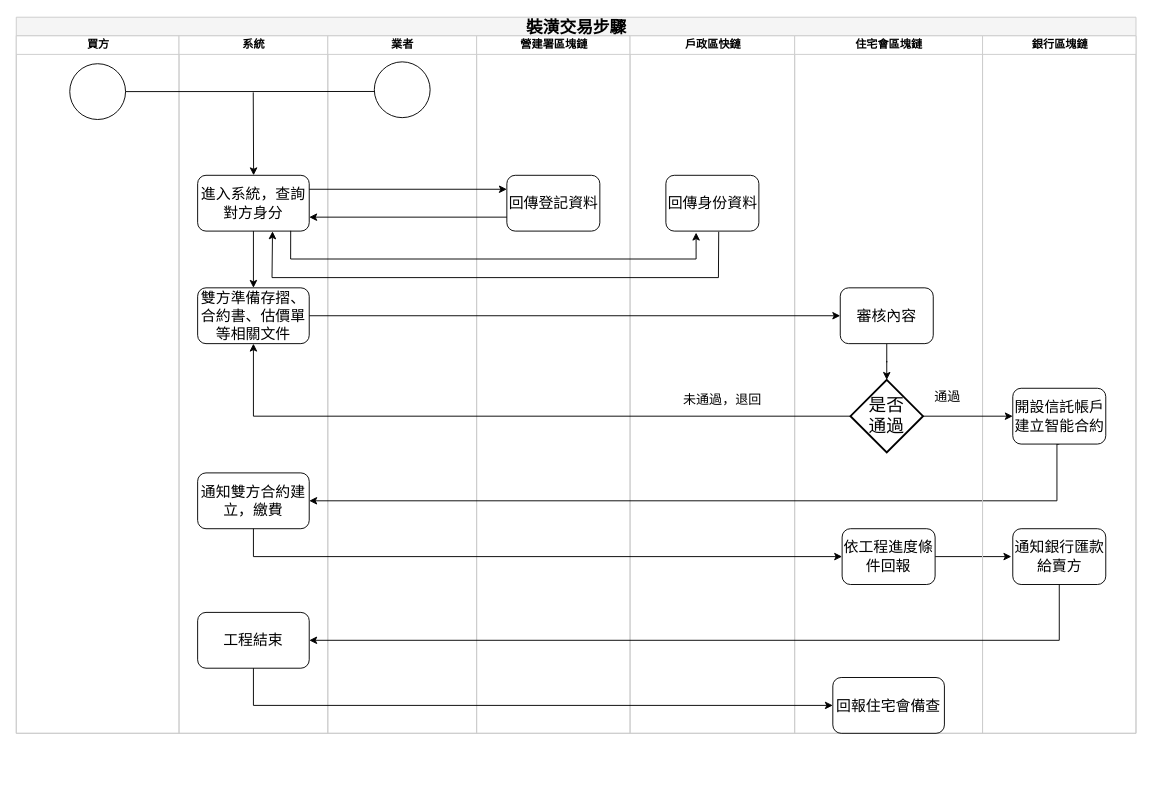
Above: images/未命名绘图.drawio in woodyyu111/Introducemyself (draw.io), before the change. Source tidied: cells renumbered, new cells numbered last; positions are measured from the earlier drawing's top-left corner, leaving out a move shared by most shapes. Both pictures are drawn from the tidied source at 93%, with x=0, y=0 at pixel (16, 17).
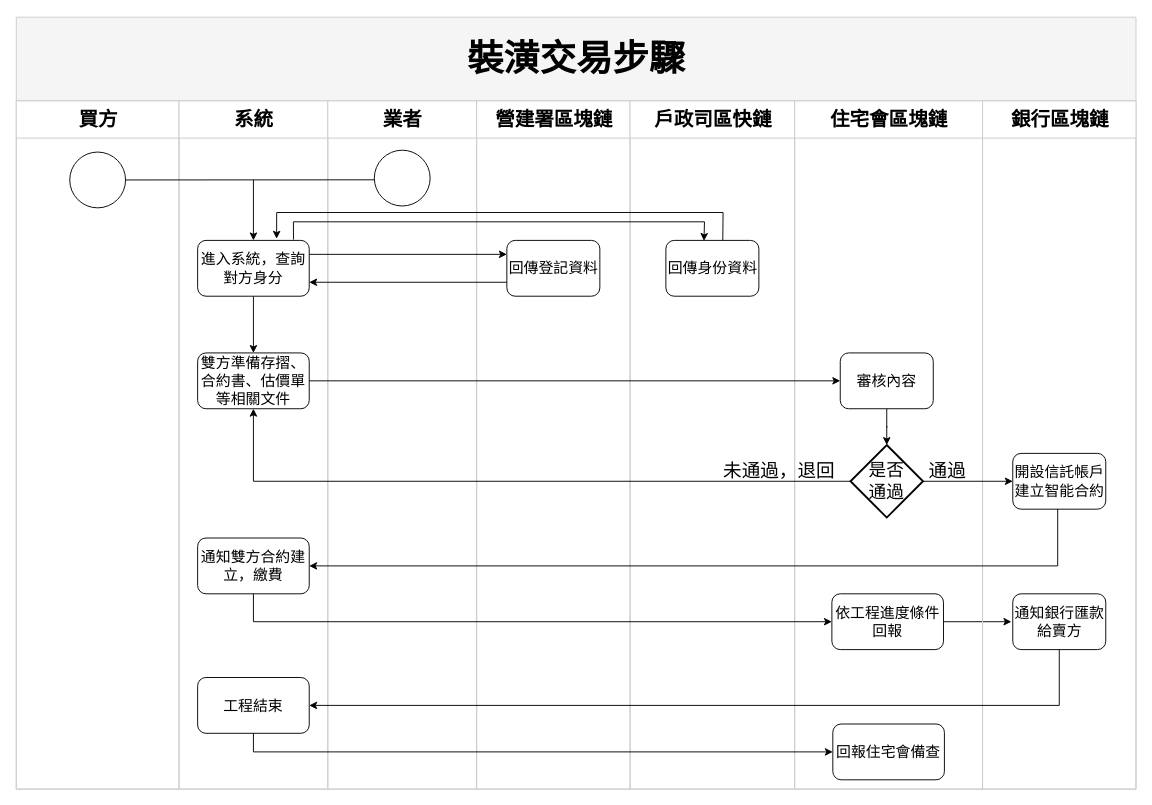
After the change.

Commit message:
更新未命名绘图.drawio

Unchanged cells that the change refers to:
```xml
<mxCell id="8" value="&lt;font style=&quot;font-size: 16px;&quot;&gt;進入系統，查詢對方身分&lt;/font&gt;" style="rounded=1;whiteSpace=wrap;html=1;shadow=0;labelBackgroundColor=none;strokeWidth=1;fontFamily=Verdana;fontSize=8;align=center;" parent="5" vertex="1">
  <mxGeometry x="20" y="150" width="120" height="60" as="geometry" />
</mxCell>
<mxCell id="10" value="&lt;span style=&quot;font-size: 16px;&quot;&gt;通知雙方合約建立，繳費&lt;br&gt;&lt;/span&gt;" style="rounded=1;whiteSpace=wrap;html=1;shadow=0;labelBackgroundColor=none;strokeWidth=1;fontFamily=Verdana;fontSize=8;align=center;" parent="5" vertex="1">
  <mxGeometry x="20" y="470" width="120" height="60" as="geometry" />
</mxCell>
<mxCell id="17" value="&lt;font style=&quot;font-size: 16px;&quot;&gt;回傳身份資料&lt;/font&gt;" style="rounded=1;whiteSpace=wrap;html=1;shadow=0;labelBackgroundColor=none;strokeWidth=1;fontFamily=Verdana;fontSize=8;align=center;" parent="16" vertex="1">
  <mxGeometry x="38.5" y="150" width="100" height="60" as="geometry" />
</mxCell>
<mxCell id="36" value="&lt;font style=&quot;font-size: 16px;&quot;&gt;開設信託帳戶建立智能合約&lt;/font&gt;" style="rounded=1;whiteSpace=wrap;html=1;shadow=0;labelBackgroundColor=none;strokeWidth=1;fontFamily=Verdana;fontSize=8;align=center;" parent="35" vertex="1">
  <mxGeometry x="32.5" y="379" width="100" height="60" as="geometry" />
</mxCell>
```

The edit, as a diff of the source:
```diff
@@
-    <mxCell id="2" value="&lt;font color=&quot;#000000&quot; style=&quot;font-size: 18px;&quot;&gt;裝潢交易步驟&lt;/font&gt;" style="swimlane;html=1;startSize=20;rounded=0;shadow=0;labelBackgroundColor=none;strokeWidth=1;fontFamily=Verdana;fontSize=8;align=center;fillColor=#f5f5f5;fontColor=#333333;strokeColor=#CCCCCC;" parent="1" vertex="1">
-      <mxGeometry width="1204" height="770" as="geometry" />
+    <mxCell id="2" value="&lt;font color=&quot;#000000&quot; style=&quot;font-size: 39px;&quot;&gt;裝潢交易步驟&lt;/font&gt;" style="swimlane;html=1;startSize=90;rounded=0;shadow=0;labelBackgroundColor=none;strokeWidth=1;fontFamily=Verdana;fontSize=8;align=center;fillColor=#f5f5f5;fontColor=#333333;strokeColor=#CCCCCC;" parent="1" vertex="1">
+      <mxGeometry width="1204" height="830" as="geometry" />
     </mxCell>
-    <mxCell id="3" value="買方" style="swimlane;html=1;startSize=20;strokeColor=#CCCCCC;" parent="2" vertex="1">
-      <mxGeometry y="20" width="175" height="750" as="geometry" />
+    <mxCell id="3" value="&lt;font style=&quot;font-size: 21px;&quot;&gt;買方&lt;/font&gt;" style="swimlane;html=1;startSize=40;strokeColor=#CCCCCC;" parent="2" vertex="1">
+      <mxGeometry y="90" width="175" height="740" as="geometry" />
     </mxCell>
     <mxCell id="4" style="ellipse;whiteSpace=wrap;html=1;" parent="3" vertex="1">
-      <mxGeometry x="57.5" y="30" width="60" height="60" as="geometry" />
+      <mxGeometry x="57.5" y="55" width="60" height="60" as="geometry" />
     </mxCell>
-    <mxCell id="5" value="系統" style="swimlane;html=1;startSize=20;strokeColor=#CCCCCC;" parent="2" vertex="1">
-      <mxGeometry x="175" y="20" width="160" height="750" as="geometry" />
+    <mxCell id="5" value="&lt;font style=&quot;font-size: 21px;&quot;&gt;系統&lt;/font&gt;" style="swimlane;html=1;startSize=40;strokeColor=#CCCCCC;" parent="2" vertex="1">
+      <mxGeometry x="175" y="90" width="160" height="740" as="geometry" />
     </mxCell>
@@
-    <mxCell id="9" style="endArrow=classic;html=1;rounded=0;entryX=0.545;entryY=-0.013;entryDx=0;entryDy=0;entryPerimeter=0;" parent="5" edge="1">
-      <mxGeometry relative="1" as="geometry">
-        <mxPoint x="79.8" y="60.8" as="sourcePoint" />
-        <mxPoint x="80.2" y="150" as="targetPoint" />
-      </mxGeometry>
-    </mxCell>
@@
-    <mxCell id="12" value="業者" style="swimlane;html=1;startSize=20;strokeColor=#CCCCCC;" parent="2" vertex="1">
-      <mxGeometry x="335" y="20" width="160" height="750" as="geometry" />
+    <mxCell id="12" value="&lt;font style=&quot;font-size: 21px;&quot;&gt;業者&lt;/font&gt;" style="swimlane;html=1;startSize=40;strokeColor=#CCCCCC;" parent="2" vertex="1">
+      <mxGeometry x="335" y="90" width="160" height="740" as="geometry" />
     </mxCell>
     <mxCell id="13" style="ellipse;whiteSpace=wrap;html=1;" parent="12" vertex="1">
-      <mxGeometry x="50" y="28" width="60" height="60" as="geometry" />
+      <mxGeometry x="50" y="53" width="60" height="60" as="geometry" />
     </mxCell>
-    <mxCell id="14" value="營建署區塊鏈" style="swimlane;html=1;startSize=20;strokeColor=#CCCCCC;" parent="2" vertex="1">
-      <mxGeometry x="495" y="20" width="165" height="750" as="geometry" />
+    <mxCell id="14" value="&lt;font style=&quot;font-size: 21px;&quot;&gt;營建署區塊鏈&lt;/font&gt;" style="swimlane;html=1;startSize=40;strokeColor=#CCCCCC;" parent="2" vertex="1">
+      <mxGeometry x="495" y="90" width="165" height="740" as="geometry" />
     </mxCell>
@@
-    <mxCell id="16" value="戶政區快鏈" style="swimlane;html=1;startSize=20;strokeColor=#CCCCCC;" parent="2" vertex="1">
-      <mxGeometry x="660" y="20" width="177" height="750" as="geometry" />
+    <mxCell id="16" value="&lt;font style=&quot;font-size: 21px;&quot;&gt;戶政司區快鏈&lt;/font&gt;" style="swimlane;html=1;startSize=40;strokeColor=#CCCCCC;" parent="2" vertex="1">
+      <mxGeometry x="660" y="90" width="177" height="740" as="geometry" />
     </mxCell>
@@
-    <mxCell id="18" value="&lt;span style=&quot;font-weight: normal;&quot;&gt;&lt;font style=&quot;&quot;&gt;&lt;font style=&quot;font-size: 14px;&quot;&gt;未通過，退回&lt;/font&gt;&lt;br&gt;&lt;/font&gt;&lt;/span&gt;" style="text;strokeColor=none;fillColor=none;html=1;fontSize=24;fontStyle=1;verticalAlign=middle;align=center;" parent="16" vertex="1">
-      <mxGeometry x="49" y="361" width="100" height="54" as="geometry" />
-    </mxCell>
@@
-    <mxCell id="20" value="住宅會區塊鏈" style="swimlane;html=1;startSize=20;strokeColor=#CCCCCC;" parent="2" vertex="1">
-      <mxGeometry x="837" y="20" width="202" height="750" as="geometry" />
+    <mxCell id="20" value="&lt;font style=&quot;font-size: 21px;&quot;&gt;住宅會區塊鏈&lt;/font&gt;" style="swimlane;html=1;startSize=40;strokeColor=#CCCCCC;" parent="2" vertex="1">
+      <mxGeometry x="837" y="90" width="202" height="740" as="geometry" />
     </mxCell>
@@
-    <mxCell id="24" value="&lt;span style=&quot;font-weight: normal;&quot;&gt;&lt;font style=&quot;font-size: 14px;&quot;&gt;通過&lt;/font&gt;&lt;/span&gt;" style="text;strokeColor=none;fillColor=none;html=1;fontSize=24;fontStyle=1;verticalAlign=middle;align=center;" parent="20" vertex="1">
-      <mxGeometry x="125" y="371" width="77" height="28" as="geometry" />
+    <mxCell id="24" value="&lt;span style=&quot;font-weight: normal;&quot;&gt;&lt;font style=&quot;font-size: 20px;&quot;&gt;通過&lt;/font&gt;&lt;/span&gt;" style="text;strokeColor=none;fillColor=none;html=1;fontSize=24;fontStyle=1;verticalAlign=middle;align=center;" parent="20" vertex="1">
+      <mxGeometry x="125" y="383" width="77" height="28" as="geometry" />
     </mxCell>
     <mxCell id="25" value="&lt;span style=&quot;font-size: 16px;&quot;&gt;依工程進度條件回報&lt;/span&gt;" style="rounded=1;whiteSpace=wrap;html=1;shadow=0;labelBackgroundColor=none;strokeWidth=1;fontFamily=Verdana;fontSize=8;align=center;" parent="20" vertex="1">
-      <mxGeometry x="51" y="530" width="100" height="60" as="geometry" />
+      <mxGeometry x="40" y="530" width="120" height="60" as="geometry" />
     </mxCell>
     <mxCell id="26" value="&lt;span style=&quot;font-size: 16px;&quot;&gt;回報住宅會備查&lt;/span&gt;" style="rounded=1;whiteSpace=wrap;html=1;shadow=0;labelBackgroundColor=none;strokeWidth=1;fontFamily=Verdana;fontSize=8;align=center;" parent="20" vertex="1">
-      <mxGeometry x="41" y="690" width="120" height="60" as="geometry" />
+      <mxGeometry x="41" y="670" width="120" height="60" as="geometry" />
     </mxCell>
+    <mxCell id="18" value="&lt;span style=&quot;font-weight: normal;&quot;&gt;&lt;font style=&quot;&quot;&gt;&lt;font style=&quot;font-size: 20px;&quot;&gt;未通過，退回&lt;/font&gt;&lt;br&gt;&lt;/font&gt;&lt;/span&gt;" style="text;strokeColor=none;fillColor=none;html=1;fontSize=24;fontStyle=1;verticalAlign=middle;align=center;" parent="20" vertex="1">
+      <mxGeometry x="-67" y="370" width="100" height="54" as="geometry" />
+    </mxCell>
@@
-    <mxCell id="30" style="endArrow=classic;html=1;rounded=0;entryX=0.325;entryY=1.027;entryDx=0;entryDy=0;entryPerimeter=0;exitX=0.834;exitY=0.995;exitDx=0;exitDy=0;exitPerimeter=0;" parent="2" edge="1" source="8" target="17">
-      <mxGeometry relative="1" as="geometry">
-        <Array as="points">
-          <mxPoint x="295" y="260" />
-          <mxPoint x="731" y="260" />
-        </Array>
-      </mxGeometry>
-    </mxCell>
-    <mxCell id="31" style="endArrow=classic;html=1;rounded=0;entryX=0.671;entryY=1.004;entryDx=0;entryDy=0;entryPerimeter=0;exitX=0.568;exitY=1.012;exitDx=0;exitDy=0;exitPerimeter=0;" parent="2" edge="1" source="17" target="8">
-      <mxGeometry relative="1" as="geometry">
-        <Array as="points">
-          <mxPoint x="755" y="280" />
-          <mxPoint x="275" y="280" />
-        </Array>
-      </mxGeometry>
-    </mxCell>
@@
-    <mxCell id="34" style="edgeStyle=orthogonalEdgeStyle;rounded=0;jettySize=auto;html=1;entryX=1;entryY=0.5;entryDx=0;entryDy=0;exitX=0.5;exitY=1;exitDx=0;exitDy=0;" parent="2" edge="1" source="36" target="10">
-      <mxGeometry relative="1" as="geometry">
-        <Array as="points">
-          <mxPoint x="1119" y="459" />
-          <mxPoint x="1119" y="520" />
-        </Array>
-      </mxGeometry>
-    </mxCell>
-    <mxCell id="35" value="銀行區塊鏈" style="swimlane;html=1;startSize=20;strokeColor=#CCCCCC;" parent="2" vertex="1">
-      <mxGeometry x="1039" y="20" width="165" height="750" as="geometry" />
+    <mxCell id="35" value="&lt;font style=&quot;font-size: 21px;&quot;&gt;銀行區塊鏈&lt;/font&gt;" style="swimlane;html=1;startSize=40;strokeColor=#CCCCCC;" parent="2" vertex="1">
+      <mxGeometry x="1039" y="90" width="165" height="740" as="geometry" />
     </mxCell>
@@
+    <mxCell id="30" style="endArrow=classic;html=1;rounded=0;entryX=0.41;entryY=0.009;entryDx=0;entryDy=0;entryPerimeter=0;exitX=0.859;exitY=-0.015;exitDx=0;exitDy=0;exitPerimeter=0;" parent="2" edge="1" source="8" target="17">
+      <mxGeometry relative="1" as="geometry">
+        <Array as="points">
+          <mxPoint x="298" y="220" />
+          <mxPoint x="740" y="220" />
+        </Array>
+      </mxGeometry>
+    </mxCell>
+    <mxCell id="31" style="endArrow=classic;html=1;rounded=0;entryX=0.708;entryY=-0.03;entryDx=0;entryDy=0;entryPerimeter=0;exitX=0.612;exitY=0.003;exitDx=0;exitDy=0;exitPerimeter=0;" parent="2" edge="1" source="17" target="8">
+      <mxGeometry relative="1" as="geometry">
+        <Array as="points">
+          <mxPoint x="760" y="210" />
+          <mxPoint x="280" y="210" />
+        </Array>
+      </mxGeometry>
+    </mxCell>
+    <mxCell id="34" style="edgeStyle=orthogonalEdgeStyle;rounded=0;jettySize=auto;html=1;entryX=1;entryY=0.5;entryDx=0;entryDy=0;exitX=0.483;exitY=0.997;exitDx=0;exitDy=0;exitPerimeter=0;" parent="2" edge="1" source="36" target="10">
+      <mxGeometry relative="1" as="geometry">
+        <Array as="points">
+          <mxPoint x="1120" y="590" />
+        </Array>
+      </mxGeometry>
+    </mxCell>
+    <mxCell id="42" style="endArrow=classic;html=1;rounded=0;entryX=0.5;entryY=0;entryDx=0;entryDy=0;" parent="1" edge="1" target="8">
+      <mxGeometry relative="1" as="geometry">
+        <mxPoint x="255" y="175" as="sourcePoint" />
+      </mxGeometry>
+    </mxCell>
```
